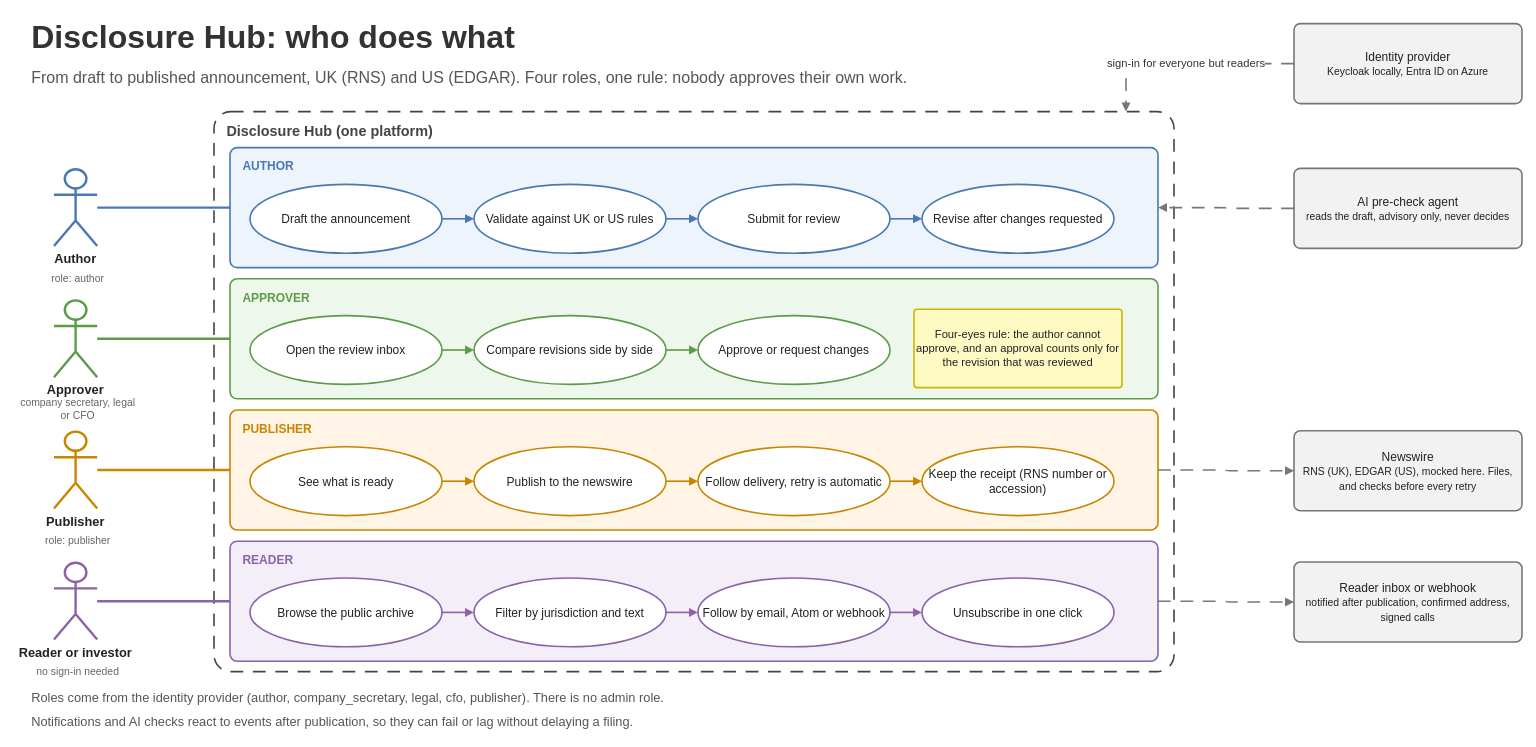
Before: docs/diagrams/01-use-cases.drawio in PierfrancescoLijoi/disclosure-hub, a draw.io diagram. Source tidied: cells renumbered, new cells numbered last; positions are measured from the earlier drawing's top-left corner, leaving out a move shared by most shapes. Both pictures are drawn from the tidied source at 80%, with x=0, y=0 at pixel (14, 14).
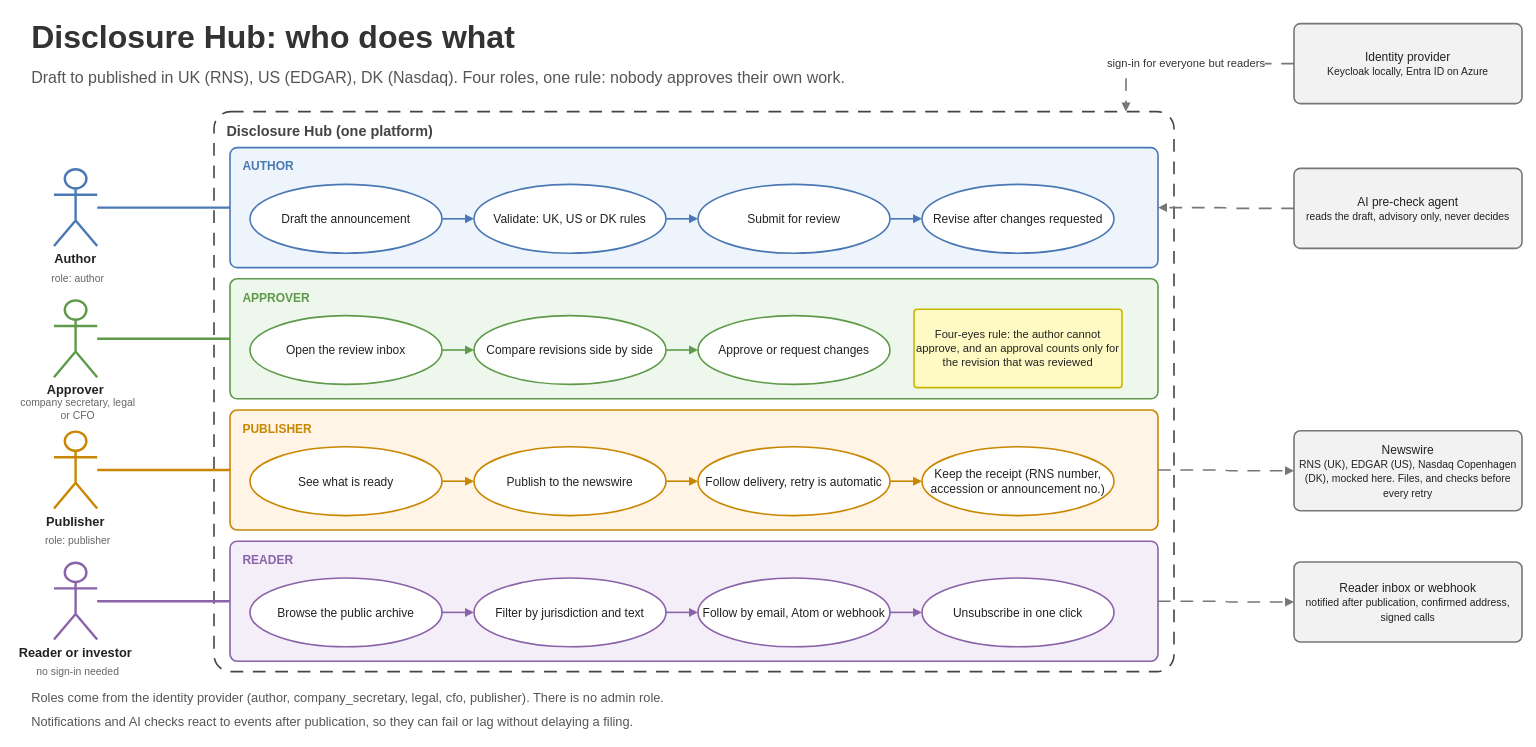
Above is the later version.

The edit, as a diff of the source:
```diff
@@
-    <mxCell id="27" value="From draft to published announcement, UK (RNS) and US (EDGAR). Four roles, one rule: nobody approves their own work." style="fontFamily=Helvetica;text;html=1;whiteSpace=wrap;fontSize=20;fontColor=#555555;align=left;verticalAlign=middle;fontStyle=0;strokeColor=none;fillColor=none;" parent="1" vertex="1">
+    <mxCell id="27" value="Draft to published in UK (RNS), US (EDGAR), DK (Nasdaq). Four roles, one rule: nobody approves their own work." style="fontFamily=Helvetica;text;html=1;whiteSpace=wrap;fontSize=20;fontColor=#555555;align=left;verticalAlign=middle;fontStyle=0;strokeColor=none;fillColor=none;" parent="1" vertex="1">
       <mxGeometry x="20" y="62" width="1500" height="34" as="geometry" />
     </mxCell>
@@
-    <mxCell id="29" value="Validate against UK or US rules" style="fontFamily=Helvetica;ellipse;whiteSpace=wrap;html=1;fillColor=#FFFFFF;strokeColor=#4A78B5;strokeWidth=2;fontSize=15;fontColor=#222222;" parent="1" vertex="1">
+    <mxCell id="29" value="Validate: UK, US or DK rules" style="fontFamily=Helvetica;ellipse;whiteSpace=wrap;html=1;fillColor=#FFFFFF;strokeColor=#4A78B5;strokeWidth=2;fontSize=15;fontColor=#222222;" parent="1" vertex="1">
       <mxGeometry x="575" y="213" width="240" height="86" as="geometry" />
     </mxCell>
@@
-    <mxCell id="43" value="Keep the receipt (RNS number or accession)" style="fontFamily=Helvetica;ellipse;whiteSpace=wrap;html=1;fillColor=#FFFFFF;strokeColor=#C98600;strokeWidth=2;fontSize=15;fontColor=#222222;" parent="1" vertex="1">
+    <mxCell id="43" value="Keep the receipt (RNS number, accession or announcement no.)" style="fontFamily=Helvetica;ellipse;whiteSpace=wrap;html=1;fillColor=#FFFFFF;strokeColor=#C98600;strokeWidth=2;fontSize=15;fontColor=#222222;" parent="1" vertex="1">
       <mxGeometry x="1135" y="541" width="240" height="86" as="geometry" />
     </mxCell>
@@
-    <mxCell id="54" value="Newswire&lt;br&gt;&lt;font style='font-size:13px'&gt;RNS (UK), EDGAR (US), mocked here. Files, and checks before every retry&lt;/font&gt;" style="fontFamily=Helvetica;rounded=1;arcSize=8;whiteSpace=wrap;html=1;fillColor=#F2F2F2;strokeColor=#777777;strokeWidth=2;fontSize=15;fontColor=#222222;fontStyle=0;align=center;verticalAlign=middle;dashed=0;" parent="1" vertex="1">
+    <mxCell id="54" value="Newswire&lt;br&gt;&lt;font style='font-size:13px'&gt;RNS (UK), EDGAR (US), Nasdaq Copenhagen (DK), mocked here. Files, and checks before every retry&lt;/font&gt;" style="fontFamily=Helvetica;rounded=1;arcSize=8;whiteSpace=wrap;html=1;fillColor=#F2F2F2;strokeColor=#777777;strokeWidth=2;fontSize=15;fontColor=#222222;fontStyle=0;align=center;verticalAlign=middle;dashed=0;" parent="1" vertex="1">
       <mxGeometry x="1600" y="521" width="285" height="100" as="geometry" />
     </mxCell>
```
